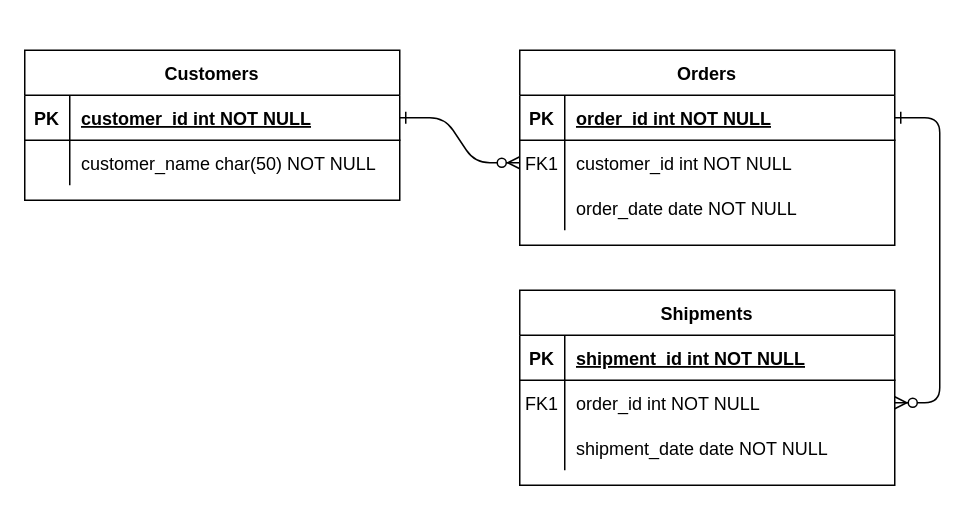
Above: pokedex.drawio in kotsos2000/kotsos2000 (draw.io), before the change. Source tidied: cells renumbered, new cells numbered last; positions are measured from the earlier drawing's top-left corner, leaving out a move shared by most shapes. Both pictures are drawn from the tidied source at 150%, with x=0, y=0 at pixel (24, 50).
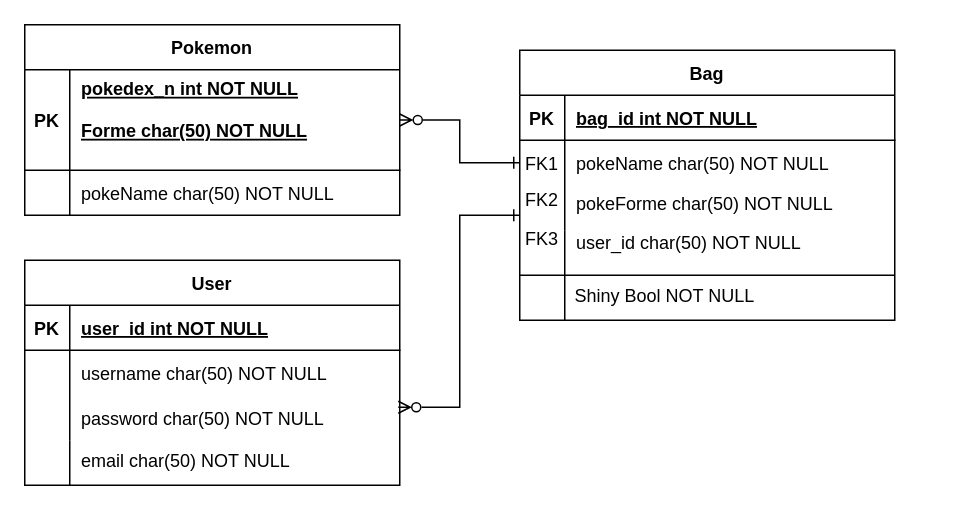
The same diagram, later.

Unchanged cells that the change refers to:
```xml
<mxCell id="5" style="shape=partialRectangle;fillColor=none;points=[[0,0.5],[1,0.5]];portConstraint=eastwest;top=0;left=0;right=0;bottom=1;" parent="4" vertex="1">
  <mxGeometry y="30" width="250" height="30" as="geometry" />
</mxCell>
<mxCell id="8" style="shape=partialRectangle;fillColor=none;points=[[0,0.5],[1,0.5]];portConstraint=eastwest;top=0;left=0;right=0;bottom=0;" parent="4" vertex="1">
  <mxGeometry y="60" width="250" height="30" as="geometry" />
</mxCell>
<mxCell id="11" style="shape=partialRectangle;fillColor=none;top=0;left=0;right=0;bottom=0;" parent="4" vertex="1">
  <mxGeometry y="90" width="250" height="30" as="geometry" />
</mxCell>
<mxCell id="15" style="shape=partialRectangle;fillColor=none;top=0;left=0;right=0;bottom=1;" parent="14" vertex="1">
  <mxGeometry y="30" width="250" height="30" as="geometry" />
</mxCell>
<mxCell id="18" style="shape=partialRectangle;fillColor=none;points=[[0,0.5],[1,0.5]];portConstraint=eastwest;top=0;left=0;right=0;bottom=0;" parent="14" vertex="1">
  <mxGeometry y="60" width="250" height="30" as="geometry" />
</mxCell>
<mxCell id="21" style="shape=partialRectangle;fillColor=none;points=[[0,0.5],[1,0.5]];portConstraint=eastwest;top=0;left=0;right=0;bottom=0;" parent="14" vertex="1">
  <mxGeometry y="90" width="250" height="30" as="geometry" />
</mxCell>
```

Diff of the diagram source:
```diff
@@
-    <mxCell id="2" style="edgeStyle=entityRelationEdgeStyle;endArrow=ERzeroToMany;startArrow=ERone;endFill=1;startFill=0;" parent="1" edge="1" source="25" target="8">
-      <mxGeometry relative="1" as="geometry" />
-    </mxCell>
-    <mxCell id="3" style="edgeStyle=entityRelationEdgeStyle;endArrow=ERzeroToMany;startArrow=ERone;endFill=1;startFill=0;" parent="1" edge="1" source="5" target="18">
-      <mxGeometry relative="1" as="geometry" />
-    </mxCell>
-    <mxCell id="4" value="Orders" style="shape=table;startSize=30;childLayout=tableLayout;rowLines=0;fontStyle=1;align=center;" parent="1" vertex="1">
-      <mxGeometry x="330" width="250" height="130" as="geometry" />
+    <mxCell id="4" value="Bag" style="shape=table;startSize=30;childLayout=tableLayout;rowLines=0;fontStyle=1;align=center;" parent="1" vertex="1">
+      <mxGeometry x="330" width="250" height="180" as="geometry" />
     </mxCell>
@@
-    <mxCell id="7" value="order_id int NOT NULL " style="shape=partialRectangle;overflow=hidden;fillColor=none;top=0;left=0;bottom=0;right=0;align=left;spacingLeft=6;fontStyle=5;" parent="5" vertex="1">
+    <mxCell id="7" value="bag_id int NOT NULL " style="shape=partialRectangle;overflow=hidden;fillColor=none;top=0;left=0;bottom=0;right=0;align=left;spacingLeft=6;fontStyle=5;" parent="5" vertex="1">
       <mxGeometry x="30" width="220" height="30" as="geometry" />
     </mxCell>
@@
-    <mxCell id="10" value="customer_id int NOT NULL" style="shape=partialRectangle;overflow=hidden;fillColor=none;top=0;left=0;bottom=0;right=0;align=left;spacingLeft=6;" parent="8" vertex="1">
+    <mxCell id="10" value="pokeName char(50) NOT NULL" style="shape=partialRectangle;overflow=hidden;fillColor=none;top=0;left=0;bottom=0;right=0;align=left;spacingLeft=6;" parent="8" vertex="1">
       <mxGeometry x="30" width="220" height="30" as="geometry" />
     </mxCell>
@@
-    <mxCell id="13" value="order_date date NOT NULL" style="shape=partialRectangle;overflow=hidden;fillColor=none;top=0;left=0;bottom=0;right=0;align=left;spacingLeft=6;" parent="11" vertex="1">
+    <mxCell id="13" style="shape=partialRectangle;overflow=hidden;fillColor=none;top=0;left=0;bottom=0;right=0;align=left;spacingLeft=6;" parent="11" vertex="1">
       <mxGeometry x="30" width="220" height="30" as="geometry" />
     </mxCell>
-    <mxCell id="14" value="Shipments" style="shape=table;startSize=30;childLayout=tableLayout;rowLines=0;fontStyle=1;align=center;" parent="1" vertex="1">
-      <mxGeometry x="330" y="160" width="250" height="130" as="geometry" />
+    <mxCell id="14" value="User" style="shape=table;startSize=30;childLayout=tableLayout;rowLines=0;fontStyle=1;align=center;" parent="1" vertex="1">
+      <mxGeometry y="140" width="250" height="150" as="geometry" />
     </mxCell>
@@
-    <mxCell id="17" value="shipment_id int NOT NULL " style="shape=partialRectangle;overflow=hidden;fillColor=none;top=0;left=0;bottom=0;right=0;align=left;spacingLeft=6;fontStyle=5;" parent="15" vertex="1">
+    <mxCell id="17" value="user_id int NOT NULL " style="shape=partialRectangle;overflow=hidden;fillColor=none;top=0;left=0;bottom=0;right=0;align=left;spacingLeft=6;fontStyle=5;" parent="15" vertex="1">
       <mxGeometry x="30" width="220" height="30" as="geometry" />
     </mxCell>
@@
-    <mxCell id="19" value="FK1" style="shape=partialRectangle;overflow=hidden;fillColor=none;top=0;left=0;bottom=0;right=0;" parent="18" vertex="1">
+    <mxCell id="19" style="shape=partialRectangle;overflow=hidden;fillColor=none;top=0;left=0;bottom=0;right=0;" parent="18" vertex="1">
       <mxGeometry width="30" height="30" as="geometry" />
     </mxCell>
-    <mxCell id="20" value="order_id int NOT NULL" style="shape=partialRectangle;overflow=hidden;fillColor=none;top=0;left=0;bottom=0;right=0;align=left;spacingLeft=6;" parent="18" vertex="1">
+    <mxCell id="20" value="username char(50) NOT NULL" style="shape=partialRectangle;overflow=hidden;fillColor=none;top=0;left=0;bottom=0;right=0;align=left;spacingLeft=6;" parent="18" vertex="1">
       <mxGeometry x="30" width="220" height="30" as="geometry" />
     </mxCell>
@@
-    <mxCell id="23" value="shipment_date date NOT NULL" style="shape=partialRectangle;overflow=hidden;fillColor=none;top=0;left=0;bottom=0;right=0;align=left;spacingLeft=6;" parent="21" vertex="1">
+    <mxCell id="23" value="password char(50) NOT NULL" style="shape=partialRectangle;overflow=hidden;fillColor=none;top=0;left=0;bottom=0;right=0;align=left;spacingLeft=6;" parent="21" vertex="1">
       <mxGeometry x="30" width="220" height="30" as="geometry" />
     </mxCell>
-    <mxCell id="24" value="Customers" style="shape=table;startSize=30;childLayout=tableLayout;rowLines=0;fontStyle=1;align=center;" parent="1" vertex="1">
-      <mxGeometry width="250" height="100" as="geometry" />
+    <mxCell id="24" value="Pokemon" style="shape=table;startSize=30;childLayout=tableLayout;rowLines=0;fontStyle=1;align=center;" parent="1" vertex="1">
+      <mxGeometry y="-17" width="250" height="127" as="geometry" />
     </mxCell>
     <mxCell id="25" style="shape=partialRectangle;fillColor=none;points=[[0,0.5],[1,0.5]];portConstraint=eastwest;top=0;left=0;right=0;bottom=1;" parent="24" vertex="1">
-      <mxGeometry y="30" width="250" height="30" as="geometry" />
+      <mxGeometry y="30" width="250" height="67" as="geometry" />
     </mxCell>
     <mxCell id="26" value="PK" style="shape=partialRectangle;overflow=hidden;fillColor=none;top=0;left=0;bottom=0;right=0;fontStyle=1;" parent="25" vertex="1">
-      <mxGeometry width="30" height="30" as="geometry" />
+      <mxGeometry width="30" height="67" as="geometry" />
     </mxCell>
-    <mxCell id="27" value="customer_id int NOT NULL " style="shape=partialRectangle;overflow=hidden;fillColor=none;top=0;left=0;bottom=0;right=0;align=left;spacingLeft=6;fontStyle=5;" parent="25" vertex="1">
-      <mxGeometry x="30" width="220" height="30" as="geometry" />
+    <mxCell id="27" value="pokedex_n int NOT NULL &#10;&#10;Forme char(50) NOT NULL &#10;" style="shape=partialRectangle;overflow=hidden;fillColor=none;top=0;left=0;bottom=0;right=0;align=left;spacingLeft=6;fontStyle=5;" parent="25" vertex="1">
+      <mxGeometry x="30" width="220" height="67" as="geometry" />
     </mxCell>
     <mxCell id="28" style="shape=partialRectangle;fillColor=none;top=0;left=0;right=0;bottom=0;" parent="24" vertex="1">
-      <mxGeometry y="60" width="250" height="30" as="geometry" />
+      <mxGeometry y="97" width="250" height="30" as="geometry" />
     </mxCell>
@@
-    <mxCell id="30" value="customer_name char(50) NOT NULL" style="shape=partialRectangle;overflow=hidden;fillColor=none;top=0;left=0;bottom=0;right=0;align=left;spacingLeft=6;" parent="28" vertex="1">
+    <mxCell id="30" value="pokeName char(50) NOT NULL" style="shape=partialRectangle;overflow=hidden;fillColor=none;top=0;left=0;bottom=0;right=0;align=left;spacingLeft=6;" parent="28" vertex="1">
       <mxGeometry x="30" width="220" height="30" as="geometry" />
     </mxCell>
+    <mxCell id="31" value="email char(50) NOT NULL" style="shape=partialRectangle;overflow=hidden;fillColor=none;top=0;left=0;bottom=0;right=0;align=left;spacingLeft=6;" parent="1" vertex="1">
+      <mxGeometry x="30" y="258" width="220" height="30" as="geometry" />
+    </mxCell>
+    <mxCell id="32" value="FK2" style="shape=partialRectangle;overflow=hidden;fillColor=none;top=0;left=0;bottom=0;right=0;" parent="1" vertex="1">
+      <mxGeometry x="330" y="84" width="30" height="30" as="geometry" />
+    </mxCell>
+    <mxCell id="33" value="FK3" style="shape=partialRectangle;overflow=hidden;fillColor=none;top=0;left=0;bottom=0;right=0;" parent="1" vertex="1">
+      <mxGeometry x="330" y="110" width="30" height="30" as="geometry" />
+    </mxCell>
+    <mxCell id="34" value="pokeForme char(50) NOT NULL" style="shape=partialRectangle;overflow=hidden;fillColor=none;top=0;left=0;bottom=0;right=0;align=left;spacingLeft=6;" parent="1" vertex="1">
+      <mxGeometry x="360" y="87" width="220" height="30" as="geometry" />
+    </mxCell>
+    <mxCell id="35" value="user_id char(50) NOT NULL" style="shape=partialRectangle;overflow=hidden;fillColor=none;top=0;left=0;bottom=0;right=0;align=left;spacingLeft=6;" parent="1" vertex="1">
+      <mxGeometry x="360" y="113" width="220" height="30" as="geometry" />
+    </mxCell>
+    <mxCell id="36" value="Shiny Bool NOT NULL" style="shape=partialRectangle;overflow=hidden;fillColor=none;top=0;left=0;bottom=0;right=0;align=left;spacingLeft=6;" parent="1" vertex="1">
+      <mxGeometry x="359" y="148" width="220" height="30" as="geometry" />
+    </mxCell>
+    <mxCell id="37" style="endArrow=none;html=1;rounded=0;" parent="1" edge="1">
+      <mxGeometry relative="1" as="geometry">
+        <mxPoint x="330" y="150" as="sourcePoint" />
+        <mxPoint x="580" y="150" as="targetPoint" />
+      </mxGeometry>
+    </mxCell>
+    <mxCell id="38" style="endArrow=none;html=1;rounded=0;" parent="1" edge="1">
+      <mxGeometry relative="1" as="geometry">
+        <mxPoint x="360" y="150" as="sourcePoint" />
+        <mxPoint x="360" y="120" as="targetPoint" />
+      </mxGeometry>
+    </mxCell>
+    <mxCell id="39" style="endArrow=none;html=1;rounded=0;" parent="1" edge="1">
+      <mxGeometry relative="1" as="geometry">
+        <mxPoint x="360" y="180" as="sourcePoint" />
+        <mxPoint x="360" y="150" as="targetPoint" />
+      </mxGeometry>
+    </mxCell>
+    <mxCell id="40" style="endArrow=none;html=1;rounded=0;" parent="1" edge="1">
+      <mxGeometry relative="1" as="geometry">
+        <mxPoint x="30" y="260" as="sourcePoint" />
+        <mxPoint x="30" y="290" as="targetPoint" />
+      </mxGeometry>
+    </mxCell>
+    <mxCell id="41" style="edgeStyle=orthogonalEdgeStyle;rounded=0;jettySize=auto;html=1;endArrow=ERzeroToMany;endFill=0;exitX=0;exitY=0.5;exitDx=0;exitDy=0;startArrow=ERone;startFill=0;" parent="1" edge="1" source="8" target="25">
+      <mxGeometry relative="1" as="geometry" />
+    </mxCell>
+    <mxCell id="42" style="edgeStyle=orthogonalEdgeStyle;rounded=0;jettySize=auto;html=1;endArrow=ERzeroToMany;endFill=0;startArrow=ERone;startFill=0;entryX=0.996;entryY=0.267;entryDx=0;entryDy=0;entryPerimeter=0;" parent="1" edge="1" target="21">
+      <mxGeometry relative="1" as="geometry">
+        <mxPoint x="330" y="110" as="sourcePoint" />
+        <Array as="points">
+          <mxPoint x="290" y="110" />
+          <mxPoint x="290" y="238" />
+        </Array>
+      </mxGeometry>
+    </mxCell>
```
